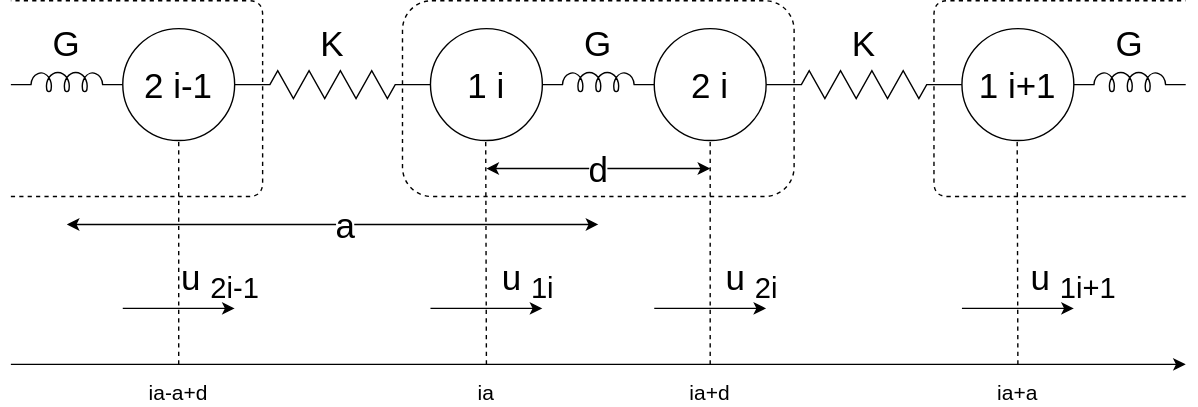
Earlier version of the draw.io export Lab/Physics/CondensedMatter/img/1DHarmonic2.dio.svg (amane-uehara/kanade-k-1228.github.io). Source tidied: cells renumbered, new cells last; positions are measured from the earlier drawing's top-left corner, leaving out a move shared by most shapes.
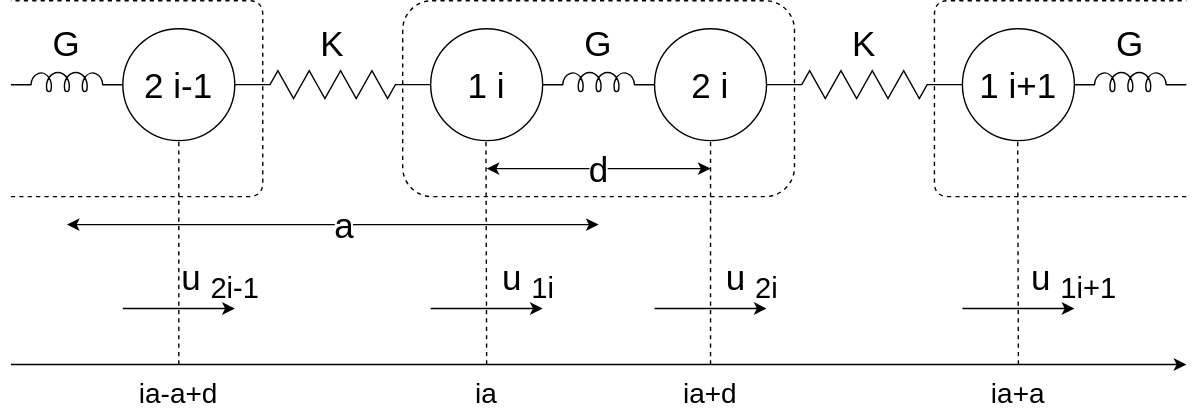
Above is the later version.

Diff of the diagram source:
```diff
@@ -155,16 +155,16 @@
     <mxCell id="35" value="u&lt;sub&gt;2i-1&lt;/sub&gt;" style="text;html=1;strokeColor=none;fillColor=none;align=center;verticalAlign=middle;whiteSpace=wrap;rounded=0;fontSize=25;" parent="1" vertex="1">
       <mxGeometry x="120" y="190" width="60" height="20" as="geometry" />
     </mxCell>
-    <mxCell id="36" value="ia" style="text;html=1;strokeColor=none;fillColor=none;align=center;verticalAlign=middle;whiteSpace=wrap;rounded=0;fontSize=15;" parent="1" vertex="1">
+    <mxCell id="36" value="ia" style="text;html=1;strokeColor=none;fillColor=none;align=center;verticalAlign=middle;whiteSpace=wrap;rounded=0;fontSize=20;" parent="1" vertex="1">
       <mxGeometry x="320" y="270" width="40" height="20" as="geometry" />
     </mxCell>
-    <mxCell id="37" value="ia+d" style="text;html=1;strokeColor=none;fillColor=none;align=center;verticalAlign=middle;whiteSpace=wrap;rounded=0;fontSize=15;" parent="1" vertex="1">
+    <mxCell id="37" value="ia+d" style="text;html=1;strokeColor=none;fillColor=none;align=center;verticalAlign=middle;whiteSpace=wrap;rounded=0;fontSize=20;" parent="1" vertex="1">
       <mxGeometry x="480" y="270" width="40" height="20" as="geometry" />
     </mxCell>
-    <mxCell id="38" value="ia+a" style="text;html=1;strokeColor=none;fillColor=none;align=center;verticalAlign=middle;whiteSpace=wrap;rounded=0;fontSize=15;" parent="1" vertex="1">
+    <mxCell id="38" value="ia+a" style="text;html=1;strokeColor=none;fillColor=none;align=center;verticalAlign=middle;whiteSpace=wrap;rounded=0;fontSize=20;" parent="1" vertex="1">
       <mxGeometry x="700" y="270" width="40" height="20" as="geometry" />
     </mxCell>
-    <mxCell id="39" value="ia-a+d" style="text;html=1;strokeColor=none;fillColor=none;align=center;verticalAlign=middle;whiteSpace=wrap;rounded=0;fontSize=15;" parent="1" vertex="1">
+    <mxCell id="39" value="ia-a+d" style="text;html=1;strokeColor=none;fillColor=none;align=center;verticalAlign=middle;whiteSpace=wrap;rounded=0;fontSize=20;" parent="1" vertex="1">
       <mxGeometry x="85" y="270" width="70" height="20" as="geometry" />
     </mxCell>
   </root>
```
